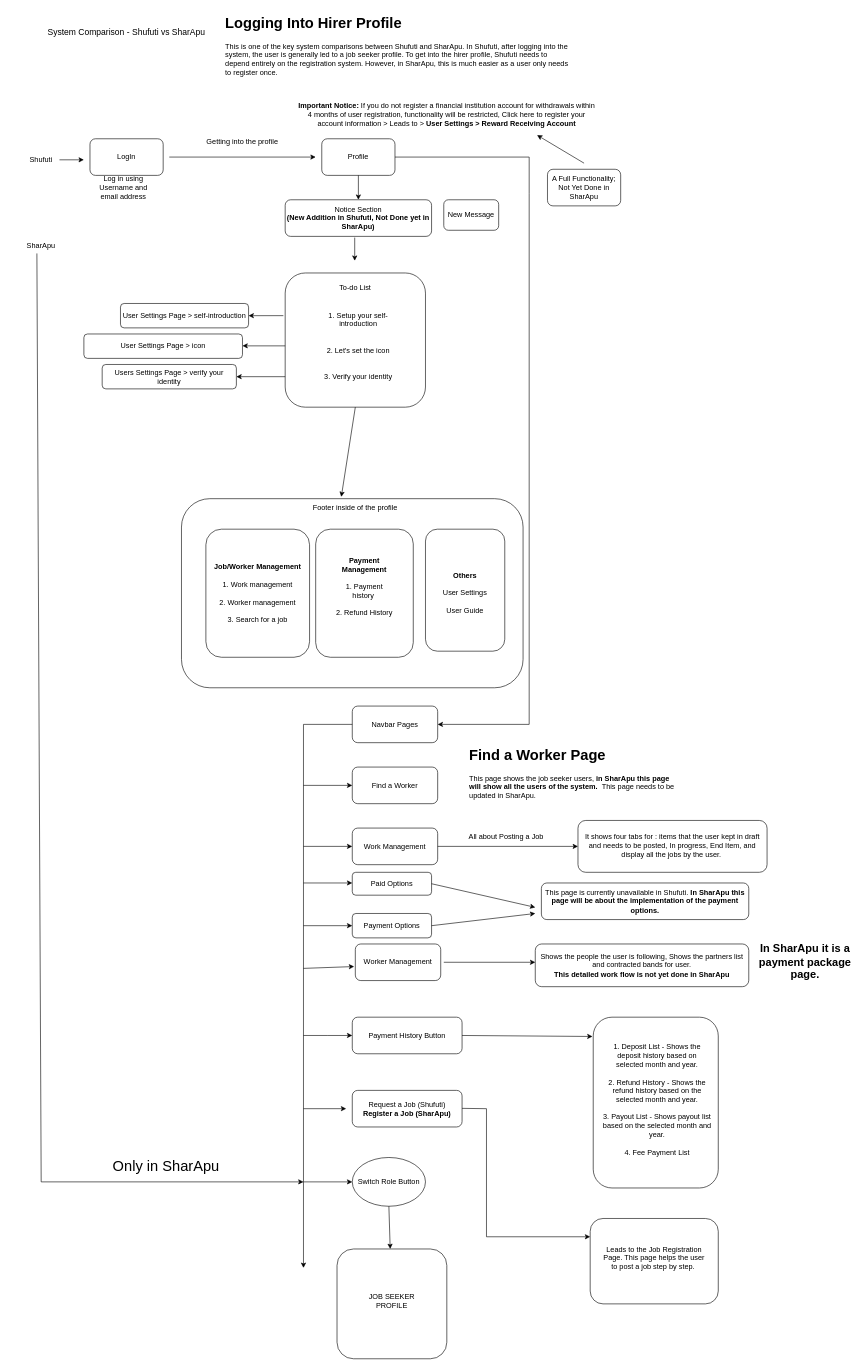
Above: System Comparison - Shufuti vs SharApu/HirerProfile.drawio in SumaiyaTarannumNoor/SharApu-Job-Portal (draw.io), before the change. Source tidied: cells renumbered, new cells numbered last; positions are measured from the earlier drawing's top-left corner, leaving out a move shared by most shapes. Both pictures are drawn from the tidied source at 61%, with x=0, y=0 at pixel (10, 10).
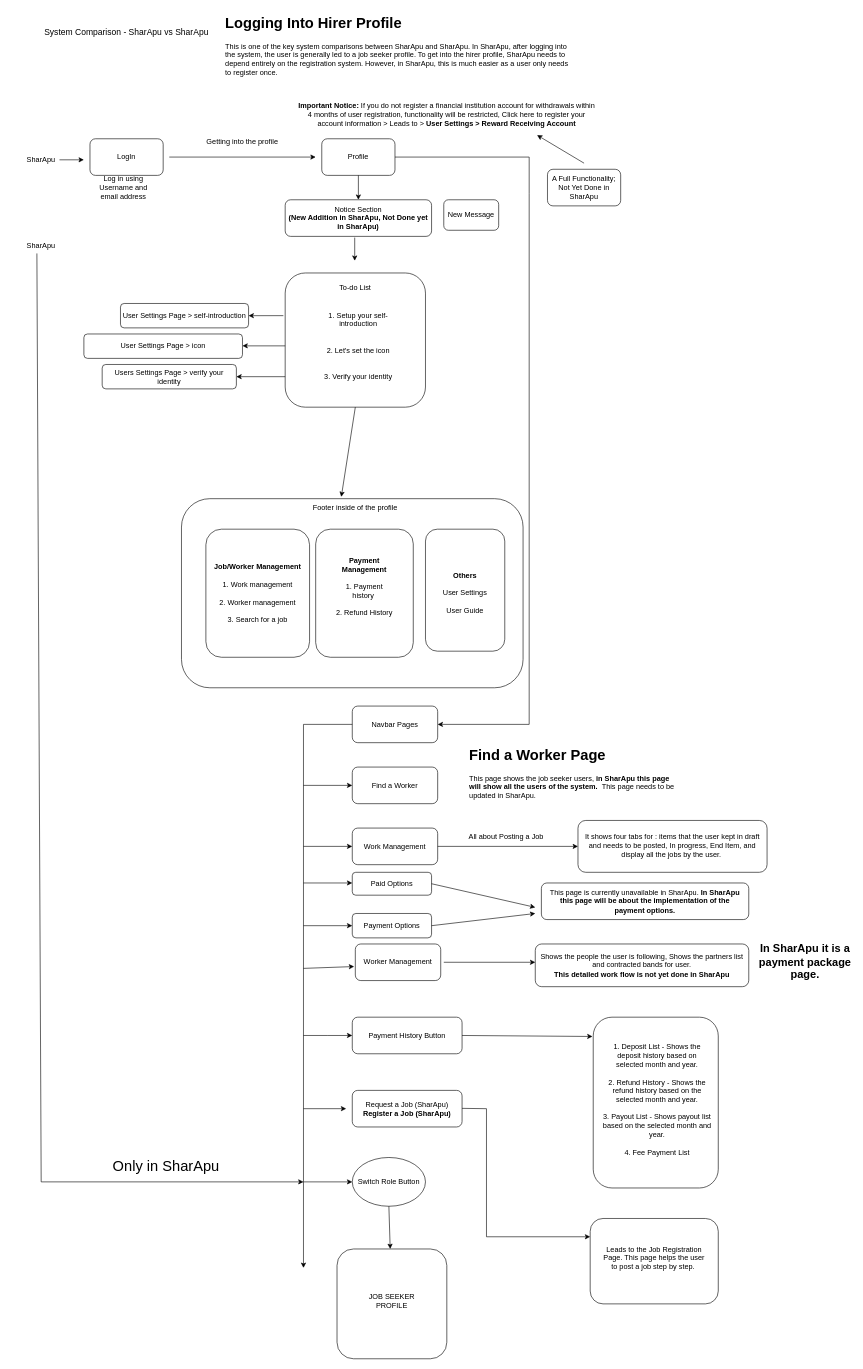
The same page after the edit.

Commit message:
Shufuti to SharApu

The edit, as a diff of the source:
```diff
@@
-    <mxCell id="2" value="&lt;font style=&quot;font-size: 14px;&quot;&gt;System Comparison - Shufuti vs SharApu&lt;/font&gt;" style="text;html=1;align=center;verticalAlign=middle;whiteSpace=wrap;rounded=0;" parent="1" vertex="1">
+    <mxCell id="2" value="&lt;font style=&quot;font-size: 14px;&quot;&gt;System Comparison - SharApu vs SharApu&lt;/font&gt;" style="text;html=1;align=center;verticalAlign=middle;whiteSpace=wrap;rounded=0;" parent="1" vertex="1">
       <mxGeometry y="20" width="380" height="30" as="geometry" />
     </mxCell>
-    <mxCell id="3" value="&lt;h1 style=&quot;margin-top: 0px;&quot;&gt;Logging Into Hirer Profile&lt;/h1&gt;&lt;p&gt;This is one of the key system comparisons between Shufuti and SharApu. In Shufuti, after logging into the system, the user is generally led to a job seeker profile. To get into the hirer profile, Shufuti needs to depend entirely on the registration system. However, in SharApu, this is much easier as a user only needs to register once.&amp;nbsp;&lt;/p&gt;" style="text;html=1;whiteSpace=wrap;overflow=hidden;rounded=0;" parent="1" vertex="1">
+    <mxCell id="3" value="&lt;h1 style=&quot;margin-top: 0px;&quot;&gt;Logging Into Hirer Profile&lt;/h1&gt;&lt;p&gt;This is one of the key system comparisons between SharApu and SharApu. In SharApu, after logging into the system, the user is generally led to a job seeker profile. To get into the hirer profile, SharApu needs to depend entirely on the registration system. However, in SharApu, this is much easier as a user only needs to register once.&amp;nbsp;&lt;/p&gt;" style="text;html=1;whiteSpace=wrap;overflow=hidden;rounded=0;" parent="1" vertex="1">
       <mxGeometry x="350" width="570" height="150" as="geometry" />
     </mxCell>
-    <mxCell id="4" value="Shufuti" style="text;html=1;align=center;verticalAlign=middle;whiteSpace=wrap;rounded=0;" parent="1" vertex="1">
+    <mxCell id="4" value="SharApu" style="text;html=1;align=center;verticalAlign=middle;whiteSpace=wrap;rounded=0;" parent="1" vertex="1">
       <mxGeometry x="20" y="230" width="60" height="30" as="geometry" />
     </mxCell>
@@
-    <mxCell id="12" value="Notice Section&lt;div&gt;&lt;b&gt;(New Addition in Shufuti, Not Done yet in SharApu)&lt;/b&gt;&lt;/div&gt;" style="rounded=1;whiteSpace=wrap;html=1;" parent="1" vertex="1">
+    <mxCell id="12" value="Notice Section&lt;div&gt;&lt;b&gt;(New Addition in SharApu, Not Done yet in SharApu)&lt;/b&gt;&lt;/div&gt;" style="rounded=1;whiteSpace=wrap;html=1;" parent="1" vertex="1">
       <mxGeometry x="450" y="310" width="240" height="60" as="geometry" />
     </mxCell>
@@
-    <mxCell id="57" value="This page is currently unavailable in Shufuti. &lt;b&gt;In SharApu this page will be about the implementation of the payment options.&lt;/b&gt;" style="text;html=1;align=center;verticalAlign=middle;whiteSpace=wrap;rounded=0;" parent="1" vertex="1">
+    <mxCell id="57" value="This page is currently unavailable in SharApu. &lt;b&gt;In SharApu this page will be about the implementation of the payment options.&lt;/b&gt;" style="text;html=1;align=center;verticalAlign=middle;whiteSpace=wrap;rounded=0;" parent="1" vertex="1">
       <mxGeometry x="875" y="1430" width="330" height="60" as="geometry" />
     </mxCell>
@@
-    <mxCell id="71" value="Request a Job (Shufuti)&lt;div&gt;&lt;b&gt;Register a Job (SharApu)&lt;/b&gt;&lt;/div&gt;" style="rounded=1;whiteSpace=wrap;html=1;" parent="1" vertex="1">
+    <mxCell id="71" value="Request a Job (SharApu)&lt;div&gt;&lt;b&gt;Register a Job (SharApu)&lt;/b&gt;&lt;/div&gt;" style="rounded=1;whiteSpace=wrap;html=1;" parent="1" vertex="1">
       <mxGeometry x="560" y="1770" width="180" height="60" as="geometry" />
     </mxCell>
```
